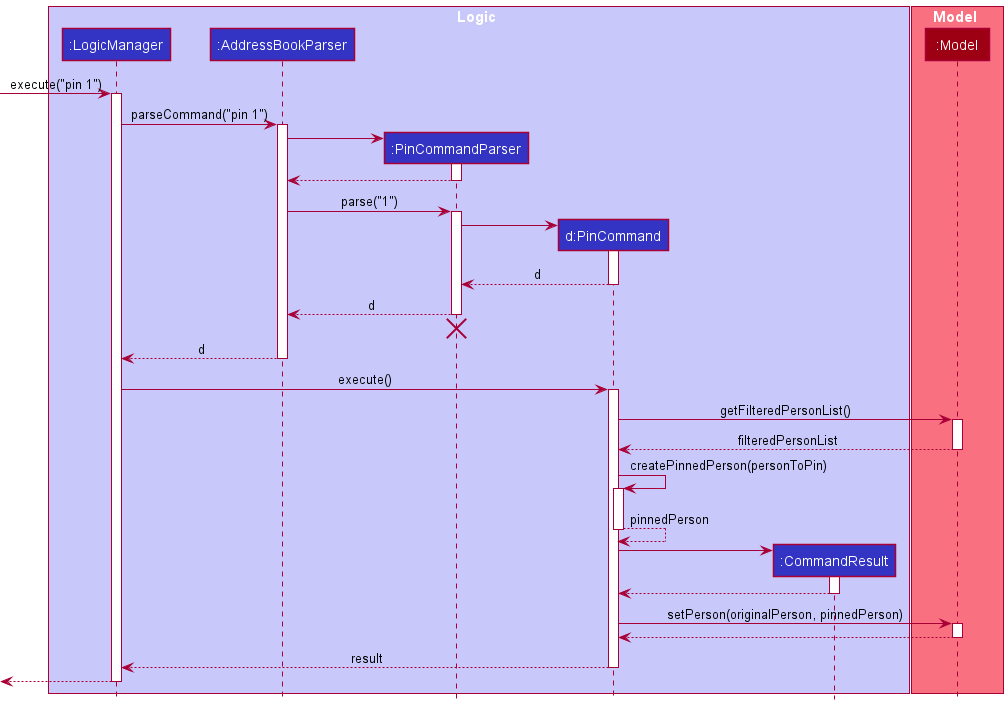
This is docs/images/PinSequenceDiagram.png from nus-cs2103-AY2122S1/tp, a PlantUML export, as it was before one commit.
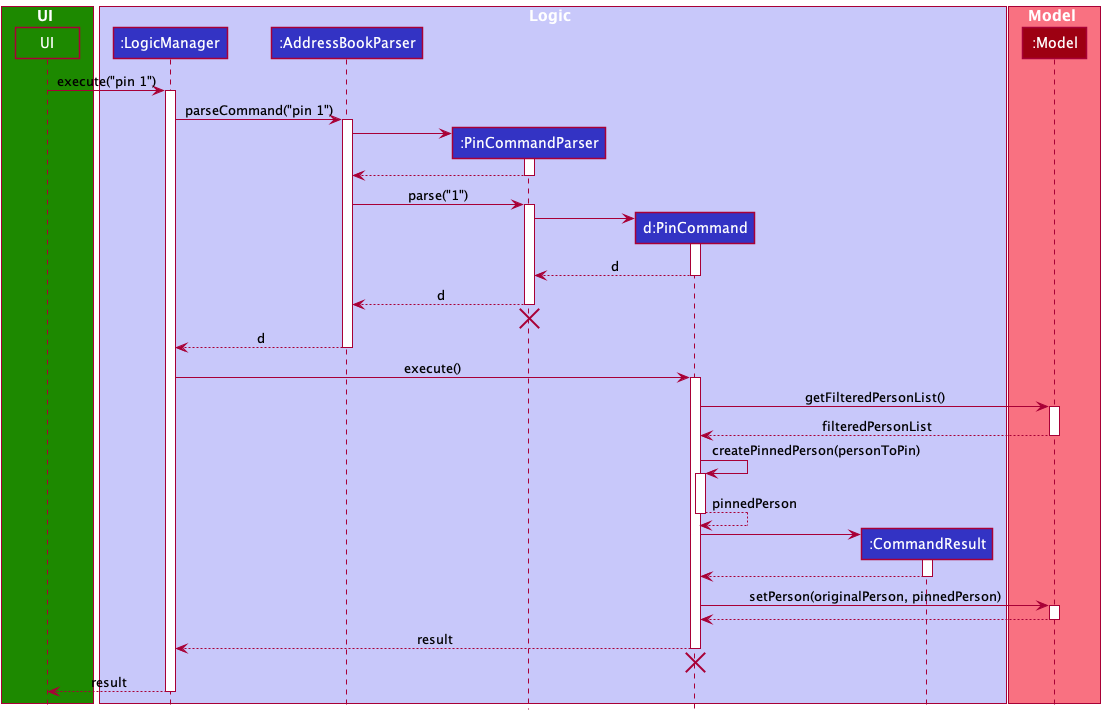
The same file after the commit.

Commit message:
Fix uml sequence diagrams

Change to the diagram source:
```diff
@@ -1,5 +1,9 @@
 @startuml
 !include style.puml
+
+box UI UI_COLOR
+participant "UI" as UI UI_COLOR
+end box
 
 box Logic LOGIC_COLOR_T1
 participant ":LogicManager" as LogicManager LOGIC_COLOR
@@ -13,7 +17,7 @@
 participant ":Model" as Model MODEL_COLOR
 end box
 
-[-> LogicManager : execute("pin 1")
+UI -> LogicManager : execute("pin 1")
 activate LogicManager
 
 LogicManager -> AddressBookParser : parseCommand("pin 1")
@@ -71,7 +75,9 @@
 
 PinCommand --> LogicManager : result
 deactivate PinCommand
+PinCommand -[hidden]-> LogicManager
+destroy PinCommand
 
-[<--LogicManager
+UI <--LogicManager: result
 deactivate LogicManager
 @enduml
```
